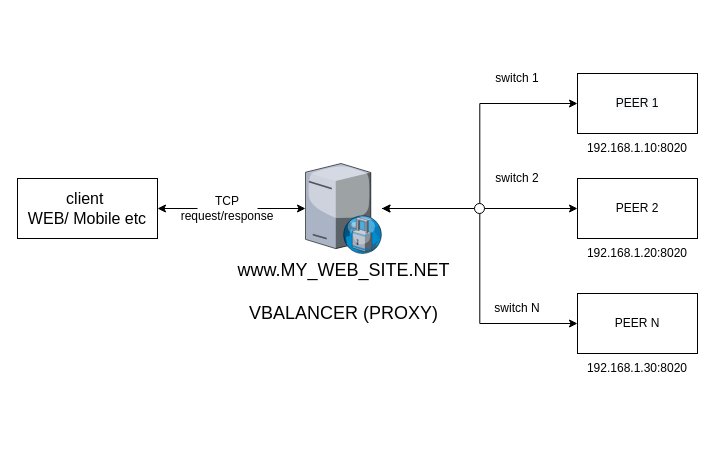
Above: assets/vbalancer.drawio in microup/vbalancer (draw.io), before the change. Source tidied: cells renumbered, new cells numbered last; positions are measured from the earlier drawing's top-left corner, leaving out a move shared by most shapes. Both pictures are drawn from the tidied source at 100%, with x=0, y=0 at pixel (17, 63).
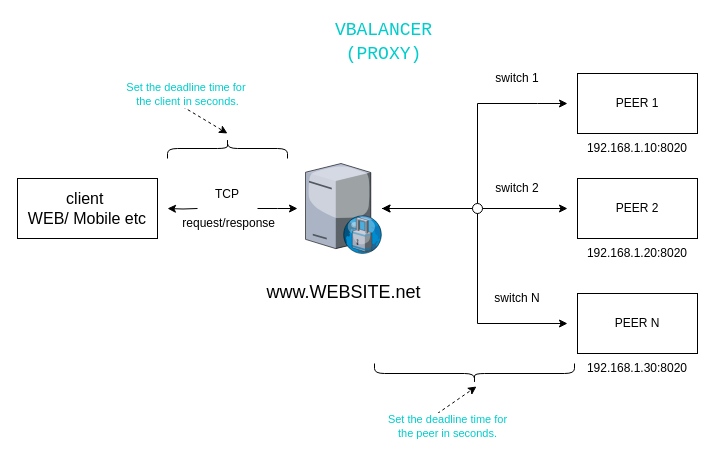
After the change.

The change refers to these unchanged cells:
```xml
<mxCell id="2" value="&lt;font style=&quot;font-size: 16px&quot;&gt;client&amp;nbsp;&lt;br&gt;WEB/ Mobile etc&lt;br&gt;&lt;/font&gt;" style="rounded=0;whiteSpace=wrap;html=1;" parent="1" vertex="1">
  <mxGeometry y="115" width="140" height="60" as="geometry" />
</mxCell>
<mxCell id="6" value="&lt;span style=&quot;font-family: &amp;#34;helvetica&amp;#34;&quot;&gt;PEER 2&lt;/span&gt;" style="rounded=0;whiteSpace=wrap;html=1;" parent="1" vertex="1">
  <mxGeometry x="560" y="115" width="120" height="60" as="geometry" />
</mxCell>
<mxCell id="8" value="&lt;span style=&quot;font-family: &amp;#34;helvetica&amp;#34;&quot;&gt;PEER N&lt;/span&gt;" style="rounded=0;whiteSpace=wrap;html=1;" parent="1" vertex="1">
  <mxGeometry x="560" y="230" width="120" height="60" as="geometry" />
</mxCell>
```

The edit, as a diff of the source:
```diff
@@
-    <mxCell id="3" value="&lt;font style=&quot;font-size: 18px&quot;&gt;www.MY_WEB_SITE.NET&lt;br&gt;&lt;br&gt;VBALANCER (PROXY)&lt;br&gt;&lt;br&gt;&lt;/font&gt;" style="verticalLabelPosition=bottom;sketch=0;html=1;verticalAlign=top;strokeColor=none;align=center;outlineConnect=0;shape=mxgraph.citrix.proxy_server;" parent="1" vertex="1">
-      <mxGeometry x="288" y="100" width="76.5" height="90" as="geometry" />
-    </mxCell>
+    <mxCell id="20" value="&lt;font style=&quot;font-size: 18px&quot;&gt;&lt;br&gt;www.WEBSITE.net&lt;br&gt;&lt;br&gt;&lt;br&gt;&lt;/font&gt;" style="verticalLabelPosition=bottom;sketch=0;html=1;verticalAlign=top;strokeColor=none;align=center;outlineConnect=0;shape=mxgraph.citrix.proxy_server;" parent="1" vertex="1">
+      <mxGeometry x="288" y="100" width="76.5" height="90" as="geometry" />
+    </mxCell>
-    <mxCell id="4" value="&lt;span style=&quot;color: rgb(0 , 0 , 0) ; font-family: &amp;#34;helvetica&amp;#34; ; font-size: 12px ; font-style: normal ; font-weight: 400 ; letter-spacing: normal ; text-align: center ; text-indent: 0px ; text-transform: none ; word-spacing: 0px ; background-color: rgb(248 , 249 , 250) ; display: inline ; float: none&quot;&gt;PEER 1&lt;/span&gt;" style="rounded=0;whiteSpace=wrap;html=1;" parent="1" vertex="1">
+    <mxCell id="4" value="&lt;span style=&quot;font-family: helvetica;&quot;&gt;PEER 1&lt;/span&gt;" style="rounded=0;whiteSpace=wrap;html=1;" parent="1" vertex="1">
       <mxGeometry x="560" y="10" width="120" height="60" as="geometry" />
     </mxCell>
@@
-    <mxCell id="10" style="endArrow=classic;startArrow=none;html=1;rounded=0;edgeStyle=orthogonalEdgeStyle;exitX=1;exitY=0.5;exitDx=0;exitDy=0;" parent="1" edge="1" source="17" target="3">
-      <mxGeometry relative="1" as="geometry" />
-    </mxCell>
-    <mxCell id="11" style="endArrow=classic;html=1;rounded=0;edgeStyle=orthogonalEdgeStyle;entryX=0;entryY=0.5;entryDx=0;entryDy=0;" parent="1" edge="1" source="3" target="4">
-      <mxGeometry relative="1" as="geometry" />
-    </mxCell>
-    <mxCell id="12" style="endArrow=classic;startArrow=classic;html=1;rounded=0;edgeStyle=orthogonalEdgeStyle;entryX=0;entryY=0.5;entryDx=0;entryDy=0;" parent="1" edge="1" source="3" target="6">
-      <mxGeometry relative="1" as="geometry" />
-    </mxCell>
-    <mxCell id="13" style="endArrow=classic;startArrow=classic;html=1;rounded=0;edgeStyle=orthogonalEdgeStyle;entryX=0;entryY=0.5;entryDx=0;entryDy=0;" parent="1" edge="1" source="3" target="8">
-      <mxGeometry relative="1" as="geometry" />
-    </mxCell>
+    <mxCell id="21" style="endArrow=classic;startArrow=none;html=1;rounded=0;edgeStyle=orthogonalEdgeStyle;exitX=1;exitY=0.5;exitDx=0;exitDy=0;" parent="1" edge="1" source="17">
+      <mxGeometry relative="1" as="geometry">
+        <mxPoint x="280" y="145" as="targetPoint" />
+      </mxGeometry>
+    </mxCell>
+    <mxCell id="22" style="endArrow=classic;html=1;rounded=0;edgeStyle=orthogonalEdgeStyle;" parent="1" edge="1" source="20">
+      <mxGeometry relative="1" as="geometry">
+        <mxPoint x="550" y="40" as="targetPoint" />
+        <Array as="points">
+          <mxPoint x="460" y="145" />
+          <mxPoint x="460" y="40" />
+          <mxPoint x="520" y="40" />
+        </Array>
+      </mxGeometry>
+    </mxCell>
+    <mxCell id="23" style="endArrow=classic;startArrow=classic;html=1;rounded=0;edgeStyle=orthogonalEdgeStyle;" parent="1" edge="1" source="20">
+      <mxGeometry relative="1" as="geometry">
+        <mxPoint x="550" y="145" as="targetPoint" />
+      </mxGeometry>
+    </mxCell>
+    <mxCell id="24" style="endArrow=classic;startArrow=classic;html=1;rounded=0;edgeStyle=orthogonalEdgeStyle;" parent="1" edge="1" source="20">
+      <mxGeometry relative="1" as="geometry">
+        <mxPoint x="550" y="260" as="targetPoint" />
+        <Array as="points">
+          <mxPoint x="460" y="145" />
+          <mxPoint x="460" y="260" />
+        </Array>
+      </mxGeometry>
+    </mxCell>
@@
     <mxCell id="15" value="switch 2" style="text;html=1;strokeColor=none;fillColor=none;align=center;verticalAlign=middle;whiteSpace=wrap;rounded=0;" parent="1" vertex="1">
-      <mxGeometry x="470" y="100" width="60" height="30" as="geometry" />
+      <mxGeometry x="470" y="110" width="60" height="30" as="geometry" />
     </mxCell>
     <mxCell id="16" value="switch N" style="text;html=1;strokeColor=none;fillColor=none;align=center;verticalAlign=middle;whiteSpace=wrap;rounded=0;" parent="1" vertex="1">
-      <mxGeometry x="470" y="230" width="60" height="30" as="geometry" />
+      <mxGeometry x="470" y="220" width="60" height="30" as="geometry" />
     </mxCell>
-    <mxCell id="17" value="TCP request/response" style="text;html=1;strokeColor=none;fillColor=none;align=center;verticalAlign=middle;whiteSpace=wrap;rounded=0;" parent="1" vertex="1">
+    <mxCell id="17" value="TCP&lt;br&gt;&lt;br&gt;&amp;nbsp;request/response" style="text;html=1;strokeColor=none;fillColor=none;align=center;verticalAlign=middle;whiteSpace=wrap;rounded=0;" parent="1" vertex="1">
       <mxGeometry x="180" y="130" width="60" height="30" as="geometry" />
     </mxCell>
-    <mxCell id="18" style="endArrow=none;startArrow=classic;html=1;rounded=0;edgeStyle=orthogonalEdgeStyle;exitX=1;exitY=0.5;exitDx=0;exitDy=0;" parent="1" edge="1" source="2" target="17">
-      <mxGeometry relative="1" as="geometry" />
-    </mxCell>
-    <mxCell id="19" style="ellipse;whiteSpace=wrap;html=1;" parent="1" vertex="1">
-      <mxGeometry x="457" y="140" width="10" height="10" as="geometry" />
-    </mxCell>
+    <mxCell id="25" style="endArrow=none;startArrow=classic;html=1;rounded=0;edgeStyle=orthogonalEdgeStyle;" parent="1" edge="1" target="17">
+      <mxGeometry relative="1" as="geometry">
+        <mxPoint x="150" y="145" as="sourcePoint" />
+      </mxGeometry>
+    </mxCell>
+    <mxCell id="26" style="ellipse;whiteSpace=wrap;html=1;" parent="1" vertex="1">
+      <mxGeometry x="455" y="140" width="10" height="10" as="geometry" />
+    </mxCell>
+    <mxCell id="27" style="shape=curlyBracket;whiteSpace=wrap;html=1;rounded=1;labelPosition=left;verticalLabelPosition=middle;align=right;verticalAlign=middle;rotation=90;" parent="1" vertex="1">
+      <mxGeometry x="200" y="25" width="20" height="120" as="geometry" />
+    </mxCell>
+    <mxCell id="28" style="endArrow=classic;html=1;dashed=1;" parent="1" edge="1">
+      <mxGeometry relative="1" as="geometry">
+        <mxPoint x="160" y="40" as="sourcePoint" />
+        <mxPoint x="210" y="70" as="targetPoint" />
+      </mxGeometry>
+    </mxCell>
+    <mxCell id="29" value="&lt;div&gt;Set the deadline time for&amp;nbsp;&lt;/div&gt;&lt;div&gt;the client in seconds.&lt;/div&gt;" style="edgeLabel;html=1;align=center;verticalAlign=middle;fontColor=#00CCCC;" parent="28" vertex="1">
+      <mxGeometry x="-0.34" y="2" relative="1" as="geometry">
+        <mxPoint x="-8" y="-18" as="offset" />
+      </mxGeometry>
+    </mxCell>
+    <mxCell id="30" style="shape=curlyBracket;whiteSpace=wrap;html=1;rounded=1;labelPosition=left;verticalLabelPosition=middle;align=right;verticalAlign=middle;rotation=-90;" parent="1" vertex="1">
+      <mxGeometry x="447" y="210" width="20" height="200" as="geometry" />
+    </mxCell>
+    <mxCell id="31" style="endArrow=classic;html=1;dashed=1;" parent="1" edge="1">
+      <mxGeometry relative="1" as="geometry">
+        <mxPoint x="420" y="350" as="sourcePoint" />
+        <mxPoint x="459" y="323" as="targetPoint" />
+      </mxGeometry>
+    </mxCell>
+    <mxCell id="32" value="&lt;div style=&quot;color: rgb(169, 183, 198); background-color: rgb(43, 43, 43); font-family: Consolas, &amp;quot;Courier New&amp;quot;, monospace; font-size: 18px; line-height: 24px;&quot;&gt;&lt;br&gt;&lt;/div&gt;" style="edgeLabel;html=1;align=center;verticalAlign=middle;" parent="31" vertex="1">
+      <mxGeometry x="-0.39" y="-3" relative="1" as="geometry">
+        <mxPoint x="13" y="31" as="offset" />
+      </mxGeometry>
+    </mxCell>
+    <mxCell id="33" value="&lt;div&gt;Set the deadline time for&lt;/div&gt;&lt;div&gt;the peer in seconds.&lt;/div&gt;" style="edgeLabel;html=1;align=center;verticalAlign=middle;fontColor=#00CCCC;" parent="31" vertex="1">
+      <mxGeometry x="-0.51" y="1" relative="1" as="geometry">
+        <mxPoint y="20" as="offset" />
+      </mxGeometry>
+    </mxCell>
+    <mxCell id="34" value="&lt;div style=&quot;font-family: Consolas, &amp;quot;Courier New&amp;quot;, monospace; font-size: 18px; line-height: 24px;&quot;&gt;&lt;font color=&quot;#00cccc&quot;&gt;VBALANCER &lt;br&gt;(PROXY)&lt;/font&gt;&lt;/div&gt;" style="edgeLabel;html=1;align=center;verticalAlign=middle;" parent="1" vertex="1">
+      <mxGeometry x="354" y="-30" as="geometry">
+        <mxPoint x="11" y="7" as="offset" />
+      </mxGeometry>
+    </mxCell>
```
